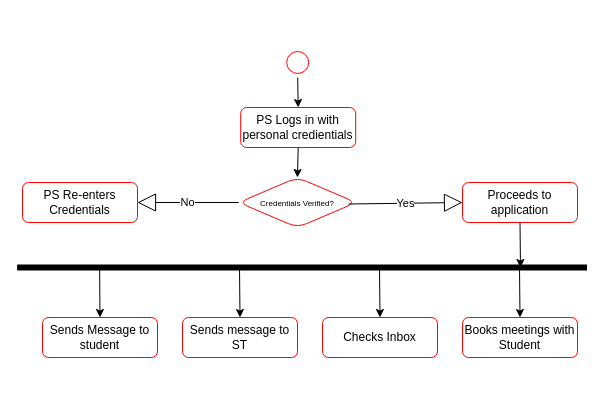
Before: DIAGRAMS/Activity Diagram 2.drawio in 551462-Design-Develop-Deploy-24-25/001-port-individual-software-project-portfolio-MMukhtar1885, a draw.io diagram. Source tidied: cells renumbered, new cells numbered last; positions are measured from the earlier drawing's top-left corner, leaving out a move shared by most shapes. Both pictures are drawn from the tidied source at 100%, with x=0, y=0 at pixel (22, -17).
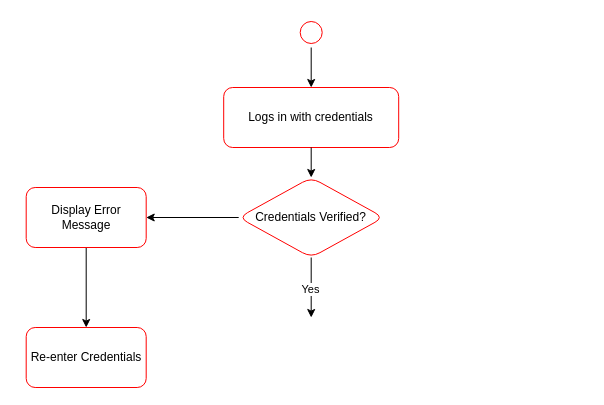
The same diagram, later.

Change to the diagram source:
```diff
@@
-    <mxCell id="2" style="edgeStyle=orthogonalEdgeStyle;rounded=0;jettySize=auto;html=1;exitX=0.5;exitY=1;exitDx=0;exitDy=0;entryX=0.5;entryY=0;entryDx=0;entryDy=0;" parent="1" edge="1" source="3" target="5">
-      <mxGeometry relative="1" as="geometry" />
-    </mxCell>
-    <mxCell id="3" style="ellipse;html=1;shape=startState;fillColor=#FFFFFF;strokeColor=#ff0000;" parent="1" vertex="1">
-      <mxGeometry x="260.2" y="64" width="30" height="30" as="geometry" />
-    </mxCell>
-    <mxCell id="4" style="edgeStyle=orthogonalEdgeStyle;rounded=0;jettySize=auto;html=1;exitX=0.5;exitY=1;exitDx=0;exitDy=0;entryX=0.5;entryY=0;entryDx=0;entryDy=0;" parent="1" edge="1" source="5" target="6">
-      <mxGeometry relative="1" as="geometry" />
-    </mxCell>
-    <mxCell id="5" value="PS Logs in with personal credientials" style="rounded=1;whiteSpace=wrap;html=1;fillColor=#FFFFFF;strokeColor=#ff0000;" parent="1" vertex="1">
-      <mxGeometry x="218.2" y="124" width="115" height="40" as="geometry" />
-    </mxCell>
+    <mxCell id="21" style="edgeStyle=orthogonalEdgeStyle;rounded=0;jettySize=auto;html=1;" parent="1" edge="1" source="22" target="23">
+      <mxGeometry relative="1" as="geometry" />
+    </mxCell>
+    <mxCell id="22" style="ellipse;html=1;shape=startState;fillColor=#FFFFFF;strokeColor=#ff0000;" parent="1" vertex="1">
+      <mxGeometry x="273.7" y="34" width="30" height="30" as="geometry" />
+    </mxCell>
+    <mxCell id="23" value="Logs in with credentials" style="rounded=1;whiteSpace=wrap;html=1;fillColor=#FFFFFF;strokeColor=#ff0000;" parent="1" vertex="1">
+      <mxGeometry x="201.2" y="104" width="175" height="60" as="geometry" />
+    </mxCell>
+    <mxCell id="24" style="edgeStyle=orthogonalEdgeStyle;rounded=0;jettySize=auto;html=1;" parent="1" edge="1" source="6">
+      <mxGeometry relative="1" as="geometry">
+        <mxPoint x="288.7" y="334" as="targetPoint" />
+      </mxGeometry>
+    </mxCell>
+    <mxCell id="9" value="Yes" style="edgeLabel;html=1;align=center;verticalAlign=middle;" parent="24" vertex="1">
+      <mxGeometry x="0.07" y="-2" relative="1" as="geometry" />
+    </mxCell>
+    <mxCell id="25" style="edgeStyle=orthogonalEdgeStyle;rounded=0;jettySize=auto;html=1;exitX=0;exitY=0.5;exitDx=0;exitDy=0;entryX=1;entryY=0.5;entryDx=0;entryDy=0;" parent="1" edge="1" source="6" target="27">
+      <mxGeometry relative="1" as="geometry" />
+    </mxCell>
-    <mxCell id="6" value="&lt;font style=&quot;font-size: 8px;&quot;&gt;Credentials Verified?&lt;/font&gt;" style="rhombus;whiteSpace=wrap;html=1;fillColor=#FFFFFF;strokeColor=#ff0000;rounded=1;" parent="1" vertex="1">
-      <mxGeometry x="216.2" y="194" width="117.5" height="50" as="geometry" />
+    <mxCell id="6" value="Credentials Verified?" style="rhombus;whiteSpace=wrap;html=1;fillColor=#FFFFFF;strokeColor=#ff0000;rounded=1;" parent="1" vertex="1">
+      <mxGeometry x="216.2" y="194" width="145" height="80" as="geometry" />
     </mxCell>
-    <mxCell id="7" value="No" style="endArrow=block;endSize=16;endFill=0;html=1;rounded=0;entryX=1;entryY=0.5;entryDx=0;entryDy=0;exitX=0;exitY=0.5;exitDx=0;exitDy=0;" parent="1" edge="1" source="6" target="8">
-      <mxGeometry relative="1" as="geometry" />
-    </mxCell>
-    <mxCell id="8" value="PS Re-enters Credentials" style="rounded=1;whiteSpace=wrap;html=1;fillColor=#FFFFFF;strokeColor=#ff0000;" parent="1" vertex="1">
-      <mxGeometry y="199" width="115" height="40" as="geometry" />
-    </mxCell>
-    <mxCell id="9" value="Yes" style="endArrow=block;endSize=16;endFill=0;html=1;rounded=0;entryX=0;entryY=0.5;entryDx=0;entryDy=0;exitX=0.934;exitY=0.53;exitDx=0;exitDy=0;exitPerimeter=0;" parent="1" edge="1" source="6" target="10">
-      <mxGeometry relative="1" as="geometry" />
-    </mxCell>
-    <mxCell id="10" value="Proceeds to application" style="rounded=1;whiteSpace=wrap;html=1;fillColor=#FFFFFF;strokeColor=#ff0000;" parent="1" vertex="1">
-      <mxGeometry x="440" y="199" width="115" height="40" as="geometry" />
-    </mxCell>
-    <mxCell id="11" style="html=1;points=[];perimeter=orthogonalPerimeter;fillColor=strokeColor;rotation=90;" parent="1" vertex="1">
-      <mxGeometry x="277.1" y="-0.4" width="5" height="568.8" as="geometry" />
-    </mxCell>
-    <mxCell id="12" style="endArrow=classic;html=1;rounded=0;exitX=0.5;exitY=1;exitDx=0;exitDy=0;" parent="1" edge="1" source="10">
-      <mxGeometry relative="1" as="geometry">
-        <mxPoint x="498" y="284" as="targetPoint" />
-      </mxGeometry>
-    </mxCell>
-    <mxCell id="13" value="Sends Message to student" style="rounded=1;whiteSpace=wrap;html=1;fillColor=#FFFFFF;strokeColor=#ff0000;" parent="1" vertex="1">
-      <mxGeometry x="20" y="334" width="115" height="40" as="geometry" />
-    </mxCell>
-    <mxCell id="14" style="endArrow=classic;html=1;rounded=0;exitX=0.499;exitY=0.856;exitDx=0;exitDy=0;exitPerimeter=0;entryX=0.5;entryY=0;entryDx=0;entryDy=0;" parent="1" edge="1" source="11" target="13">
-      <mxGeometry relative="1" as="geometry" />
-    </mxCell>
-    <mxCell id="15" value="Sends message to ST" style="rounded=1;whiteSpace=wrap;html=1;fillColor=#FFFFFF;strokeColor=#ff0000;" parent="1" vertex="1">
-      <mxGeometry x="160" y="334" width="115" height="40" as="geometry" />
-    </mxCell>
-    <mxCell id="16" style="endArrow=classic;html=1;rounded=0;exitX=0.499;exitY=0.856;exitDx=0;exitDy=0;exitPerimeter=0;entryX=0.5;entryY=0;entryDx=0;entryDy=0;" parent="1" edge="1" target="15">
-      <mxGeometry relative="1" as="geometry">
-        <mxPoint x="217" y="284" as="sourcePoint" />
-      </mxGeometry>
-    </mxCell>
-    <mxCell id="17" value="Checks Inbox" style="rounded=1;whiteSpace=wrap;html=1;fillColor=#FFFFFF;strokeColor=#ff0000;" parent="1" vertex="1">
-      <mxGeometry x="300" y="334" width="115" height="40" as="geometry" />
-    </mxCell>
-    <mxCell id="18" style="endArrow=classic;html=1;rounded=0;exitX=0.499;exitY=0.856;exitDx=0;exitDy=0;exitPerimeter=0;entryX=0.5;entryY=0;entryDx=0;entryDy=0;" parent="1" edge="1" target="17">
-      <mxGeometry relative="1" as="geometry">
-        <mxPoint x="357" y="284" as="sourcePoint" />
-      </mxGeometry>
-    </mxCell>
-    <mxCell id="19" value="Books meetings with Student" style="rounded=1;whiteSpace=wrap;html=1;fillColor=#FFFFFF;strokeColor=#ff0000;" parent="1" vertex="1">
-      <mxGeometry x="440" y="334" width="115" height="40" as="geometry" />
-    </mxCell>
-    <mxCell id="20" style="endArrow=classic;html=1;rounded=0;exitX=0.499;exitY=0.856;exitDx=0;exitDy=0;exitPerimeter=0;entryX=0.5;entryY=0;entryDx=0;entryDy=0;" parent="1" edge="1" target="19">
-      <mxGeometry relative="1" as="geometry">
-        <mxPoint x="497" y="284" as="sourcePoint" />
-      </mxGeometry>
-    </mxCell>
+    <mxCell id="26" style="edgeStyle=orthogonalEdgeStyle;rounded=0;jettySize=auto;html=1;entryX=0.5;entryY=0;entryDx=0;entryDy=0;" parent="1" edge="1" source="27" target="28">
+      <mxGeometry relative="1" as="geometry" />
+    </mxCell>
+    <mxCell id="27" value="Display Error Message" style="whiteSpace=wrap;html=1;fillColor=#FFFFFF;strokeColor=#ff0000;rounded=1;" parent="1" vertex="1">
+      <mxGeometry x="3.7" y="204" width="120" height="60" as="geometry" />
+    </mxCell>
+    <mxCell id="28" value="Re-enter Credentials" style="whiteSpace=wrap;html=1;fillColor=#FFFFFF;strokeColor=#ff0000;rounded=1;" parent="1" vertex="1">
+      <mxGeometry x="3.7" y="344" width="120" height="60" as="geometry" />
+    </mxCell>
+    <mxCell id="29" style="edgeStyle=orthogonalEdgeStyle;rounded=0;jettySize=auto;html=1;exitX=0.5;exitY=1;exitDx=0;exitDy=0;entryX=0.5;entryY=0;entryDx=0;entryDy=0;" parent="1" edge="1" source="23" target="6">
+      <mxGeometry relative="1" as="geometry" />
+    </mxCell>
```
